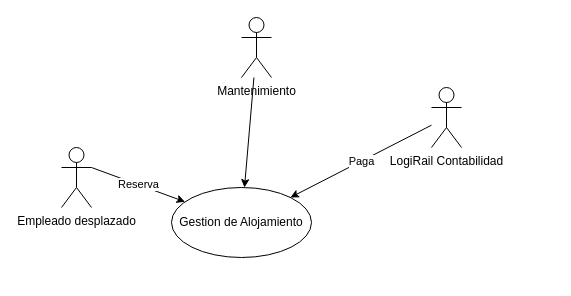
Above: Diagramas/diagrama.drawio in Yugurto7/Logirail-Project (draw.io), before the change. Source tidied: cells renumbered, new cells numbered last; positions are measured from the earlier drawing's top-left corner, leaving out a move shared by most shapes. Both pictures are drawn from the tidied source at 100%, with x=0, y=0 at pixel (61, 17).
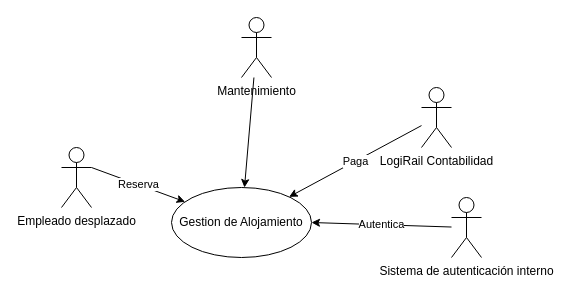
The same page after the edit.

Diff of the diagram source:
```diff
@@
 <mxGraphModel>
   <root>
     <mxCell id="0" />
     <mxCell id="1" parent="0" />
     <mxCell id="2" value="Gestion de Alojamiento" style="ellipse;whiteSpace=wrap;html=1;" parent="1" vertex="1">
       <mxGeometry x="110" y="170" width="140" height="70" as="geometry" />
     </mxCell>
     <mxCell id="3" value="Reserva" style="edgeStyle=none;html=1;exitX=1;exitY=0.3333333333333333;exitDx=0;exitDy=0;exitPerimeter=0;" parent="1" edge="1" source="4" target="2">
       <mxGeometry relative="1" as="geometry" />
     </mxCell>
     <mxCell id="4" value="Empleado desplazado" style="shape=umlActor;verticalLabelPosition=bottom;verticalAlign=top;html=1;" parent="1" vertex="1">
       <mxGeometry y="130" width="30" height="60" as="geometry" />
     </mxCell>
     <mxCell id="5" style="edgeStyle=none;html=1;" parent="1" edge="1" source="6" target="2">
       <mxGeometry relative="1" as="geometry" />
     </mxCell>
     <mxCell id="6" value="Mantenimiento" style="shape=umlActor;verticalLabelPosition=bottom;verticalAlign=top;html=1;" parent="1" vertex="1">
       <mxGeometry x="180" width="30" height="60" as="geometry" />
     </mxCell>
     <mxCell id="7" value="Paga" style="edgeStyle=none;html=1;" parent="1" edge="1" source="8" target="2">
       <mxGeometry relative="1" as="geometry" />
     </mxCell>
     <mxCell id="8" value="LogiRail Contabilidad" style="shape=umlActor;verticalLabelPosition=bottom;verticalAlign=top;html=1;" parent="1" vertex="1">
-      <mxGeometry x="370" y="70" width="30" height="60" as="geometry" />
+      <mxGeometry x="360" y="70" width="30" height="60" as="geometry" />
     </mxCell>
+    <mxCell id="9" value="Sistema de autenticación interno" style="shape=umlActor;verticalLabelPosition=bottom;verticalAlign=top;html=1;outlineConnect=0;" parent="1" vertex="1">
+      <mxGeometry x="390" y="180" width="30" height="60" as="geometry" />
+    </mxCell>
+    <mxCell id="10" value="Autentica" style="endArrow=classic;html=1;rounded=0;entryX=1;entryY=0.5;entryDx=0;entryDy=0;" parent="1" edge="1" source="9" target="2">
+      <mxGeometry relative="1" as="geometry" />
+    </mxCell>
   </root>
 </mxGraphModel>
```
